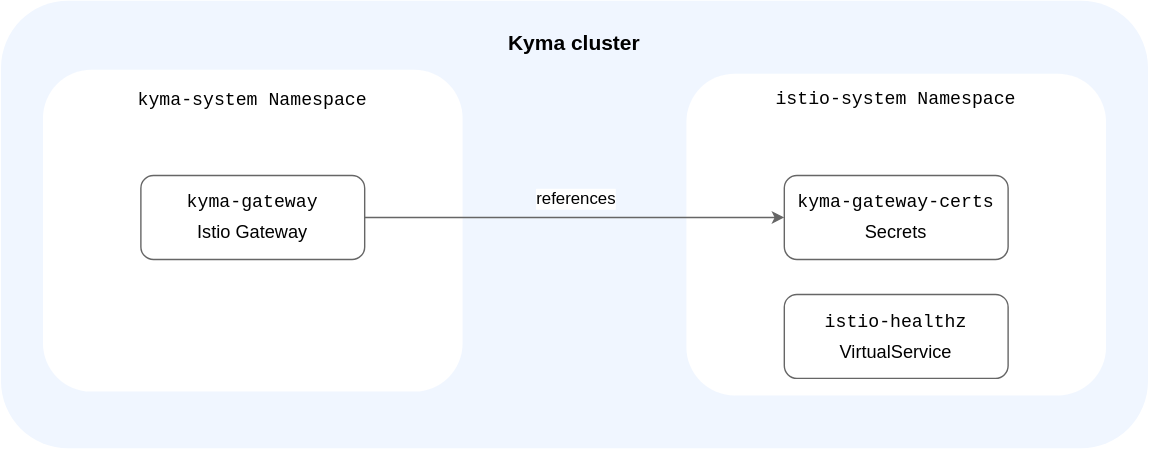
This is docs/assets/kyma-gateway-resources-os.svg from kyma-project/api-gateway, a draw.io export, as it was before one commit. Source tidied: cells renumbered, new cells last; positions are measured from the earlier drawing's top-left corner, leaving out a move shared by most shapes.
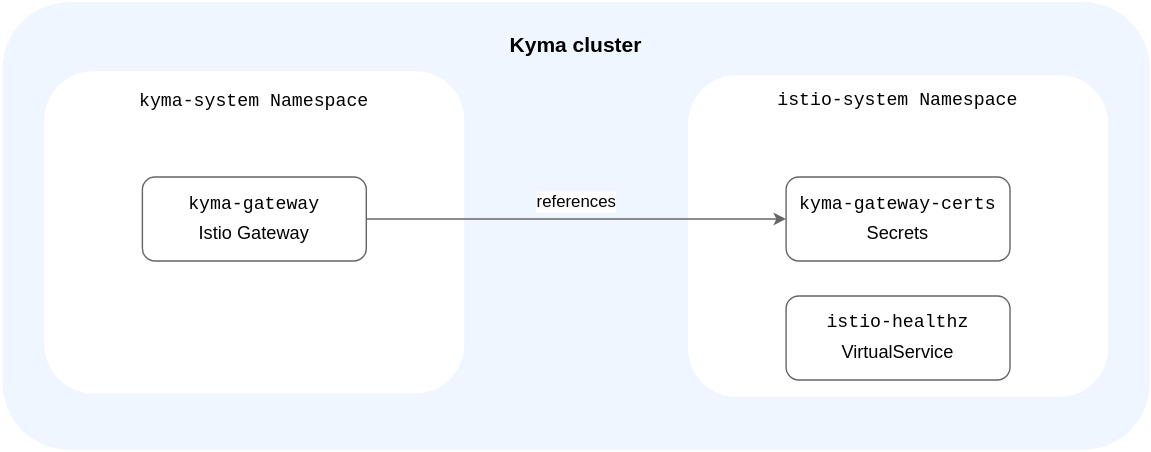
The same file after the commit.

Commit message:
updae diagrams

Change to the diagram source:
```diff
@@ -2,37 +2,37 @@
   <root>
     <mxCell id="0" />
     <mxCell id="1" parent="0" />
-    <mxCell id="2" style="rounded=1;whiteSpace=wrap;html=1;strokeColor=none;fillColor=#F0F6FF;fillStyle=auto;fontColor=#F0F6FF;" parent="1" vertex="1">
-      <mxGeometry width="820" height="320" as="geometry" />
-    </mxCell>
+    <mxCell id="15" style="rounded=1;whiteSpace=wrap;html=1;strokeColor=none;fillColor=#F0F6FF;fillStyle=auto;fontColor=#F0F6FF;" parent="1" vertex="1">
+      <mxGeometry width="820" height="320" as="geometry" />
+    </mxCell>
     <mxCell id="3" value="Kyma cluster" style="text;html=1;strokeColor=none;fillColor=none;align=center;verticalAlign=middle;whiteSpace=wrap;rounded=0;fontStyle=1;fontSize=15;" parent="1" vertex="1">
       <mxGeometry x="265" y="20" width="290" height="19" as="geometry" />
     </mxCell>
-    <mxCell id="4" style="group;fontSize=13;" parent="1" vertex="1">
-      <mxGeometry x="490" y="52.2" width="300" height="230" as="geometry" />
-    </mxCell>
-    <mxCell id="5" style="rounded=1;whiteSpace=wrap;html=1;strokeColor=none;fillColor=#FFFFFF;fillStyle=auto;fontColor=#333333;" parent="4" vertex="1">
-      <mxGeometry width="300" height="230" as="geometry" />
-    </mxCell>
+    <mxCell id="16" style="group;fontSize=13;" parent="1" vertex="1">
+      <mxGeometry x="490" y="52.2" width="300" height="230" as="geometry" />
+    </mxCell>
+    <mxCell id="17" style="rounded=1;whiteSpace=wrap;html=1;strokeColor=none;fillColor=#FFFFFF;fillStyle=auto;fontColor=#333333;" parent="16" vertex="1">
+      <mxGeometry width="300" height="230" as="geometry" />
+    </mxCell>
-    <mxCell id="6" value="&lt;pre style=&quot;font-size: 13px;&quot;&gt;&lt;span style=&quot;font-weight: normal; font-size: 13px;&quot;&gt;&lt;font style=&quot;font-size: 13px;&quot;&gt;istio-system Namespace&lt;/font&gt;&lt;/span&gt;&lt;/pre&gt;" style="text;html=1;strokeColor=none;fillColor=none;align=center;verticalAlign=middle;whiteSpace=wrap;rounded=0;fontStyle=1;fontSize=13;" parent="4" vertex="1">
+    <mxCell id="6" value="&lt;pre style=&quot;font-size: 13px;&quot;&gt;&lt;span style=&quot;font-weight: normal; font-size: 13px;&quot;&gt;&lt;font style=&quot;font-size: 13px;&quot;&gt;istio-system Namespace&lt;/font&gt;&lt;/span&gt;&lt;/pre&gt;" style="text;html=1;strokeColor=none;fillColor=none;align=center;verticalAlign=middle;whiteSpace=wrap;rounded=0;fontStyle=1;fontSize=13;" parent="16" vertex="1">
       <mxGeometry x="10.2" y="13.2" width="279.5" height="10" as="geometry" />
     </mxCell>
-    <mxCell id="7" value="&lt;pre style=&quot;line-height: 0%; font-size: 13px;&quot;&gt;kyma-gateway-certs&lt;/pre&gt;Secrets" style="rounded=1;whiteSpace=wrap;html=1;strokeColor=#666666;spacingTop=-5;fontSize=13;" parent="4" vertex="1">
+    <mxCell id="7" value="&lt;pre style=&quot;line-height: 0%; font-size: 13px;&quot;&gt;kyma-gateway-certs&lt;/pre&gt;Secrets" style="rounded=1;whiteSpace=wrap;html=1;strokeColor=#666666;spacingTop=-5;fontSize=13;" parent="16" vertex="1">
       <mxGeometry x="70" y="72.8" width="160" height="60" as="geometry" />
     </mxCell>
-    <mxCell id="8" value="&lt;pre style=&quot;line-height: 0%; font-size: 13px;&quot;&gt;&lt;font style=&quot;font-size: 13px;&quot;&gt;&lt;font style=&quot;font-size: 13px;&quot;&gt;istio-healthz&lt;/font&gt;&lt;/font&gt;&lt;/pre&gt;&lt;font style=&quot;font-size: 13px;&quot;&gt;VirtualService&lt;/font&gt;" style="rounded=1;whiteSpace=wrap;html=1;strokeColor=#666666;spacingTop=-5;fontSize=13;" parent="4" vertex="1">
+    <mxCell id="8" value="&lt;pre style=&quot;line-height: 0%; font-size: 13px;&quot;&gt;&lt;font style=&quot;font-size: 13px;&quot;&gt;&lt;font style=&quot;font-size: 13px;&quot;&gt;istio-healthz&lt;/font&gt;&lt;/font&gt;&lt;/pre&gt;&lt;font style=&quot;font-size: 13px;&quot;&gt;VirtualService&lt;/font&gt;" style="rounded=1;whiteSpace=wrap;html=1;strokeColor=#666666;spacingTop=-5;fontSize=13;" parent="16" vertex="1">
       <mxGeometry x="70" y="157.8" width="160" height="60" as="geometry" />
     </mxCell>
-    <mxCell id="9" style="group;spacingTop=-7;" parent="1" vertex="1">
-      <mxGeometry x="30" y="49.4" width="300" height="230" as="geometry" />
-    </mxCell>
-    <mxCell id="10" style="rounded=1;whiteSpace=wrap;html=1;strokeColor=none;fillColor=#FFFFFF;fillStyle=auto;fontColor=#333333;" parent="9" vertex="1">
-      <mxGeometry width="300" height="230" as="geometry" />
-    </mxCell>
+    <mxCell id="18" style="group;spacingTop=-7;" parent="1" vertex="1">
+      <mxGeometry x="30" y="49.4" width="300" height="230" as="geometry" />
+    </mxCell>
+    <mxCell id="19" style="rounded=1;whiteSpace=wrap;html=1;strokeColor=none;fillColor=#FFFFFF;fillStyle=auto;fontColor=#333333;" parent="18" vertex="1">
+      <mxGeometry width="300" height="230" as="geometry" />
+    </mxCell>
-    <mxCell id="11" value="&lt;pre style=&quot;line-height: 0%; font-size: 13px;&quot;&gt;kyma-gateway&lt;/pre&gt;&lt;span style=&quot;font-size: 13px;&quot;&gt;Istio Gateway&lt;/span&gt;" style="rounded=1;whiteSpace=wrap;html=1;strokeColor=#666666;fontFamily=Helvetica;fontStyle=0;spacingTop=-5;fontSize=13;" parent="9" vertex="1">
+    <mxCell id="11" value="&lt;pre style=&quot;line-height: 0%; font-size: 13px;&quot;&gt;kyma-gateway&lt;/pre&gt;&lt;span style=&quot;font-size: 13px;&quot;&gt;Istio Gateway&lt;/span&gt;" style="rounded=1;whiteSpace=wrap;html=1;strokeColor=#666666;fontFamily=Helvetica;fontStyle=0;spacingTop=-5;fontSize=13;" parent="18" vertex="1">
       <mxGeometry x="70" y="75.6" width="160" height="60" as="geometry" />
     </mxCell>
-    <mxCell id="12" value="&lt;pre style=&quot;font-size: 13px;&quot;&gt;&lt;span style=&quot;font-weight: normal; font-size: 13px;&quot;&gt;kyma-system Namespace&lt;/span&gt;&lt;/pre&gt;" style="text;html=1;strokeColor=none;fillColor=none;align=center;verticalAlign=middle;whiteSpace=wrap;rounded=0;fontStyle=1;fontSize=13;" parent="9" vertex="1">
+    <mxCell id="12" value="&lt;pre style=&quot;font-size: 13px;&quot;&gt;&lt;span style=&quot;font-weight: normal; font-size: 13px;&quot;&gt;kyma-system Namespace&lt;/span&gt;&lt;/pre&gt;" style="text;html=1;strokeColor=none;fillColor=none;align=center;verticalAlign=middle;whiteSpace=wrap;rounded=0;fontStyle=1;fontSize=13;" parent="18" vertex="1">
       <mxGeometry x="10.2" y="16" width="279.5" height="11" as="geometry" />
     </mxCell>
     <mxCell id="13" style="edgeStyle=orthogonalEdgeStyle;rounded=0;jettySize=auto;html=1;entryX=0;entryY=0.5;entryDx=0;entryDy=0;strokeColor=#666666;" parent="1" edge="1" source="11" target="7">
```
